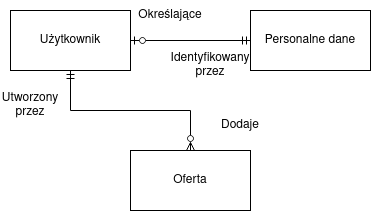
Before: Rys01/UproszczonyModelKonceptualny.png, a diagram exported from draw.io (MrMjuKi/PracaDyplomowa). Source tidied: cells renumbered, new cells last; positions are measured from the earlier drawing's top-left corner, leaving out a move shared by most shapes. Its diagram source:
```xml
<mxGraphModel>
  <root>
    <mxCell id="0" />
    <mxCell id="1" parent="0" />
    <mxCell id="2" value="Użytkownik" style="rounded=0;whiteSpace=wrap;html=1;" parent="1" vertex="1">
      <mxGeometry x="10" y="10" width="120" height="60" as="geometry" />
    </mxCell>
    <mxCell id="3" value="Oferta" style="rounded=0;whiteSpace=wrap;html=1;" parent="1" vertex="1">
      <mxGeometry x="130" y="150" width="120" height="60" as="geometry" />
    </mxCell>
    <mxCell id="4" value="&lt;div&gt;Personalne dane&lt;/div&gt;" style="rounded=0;whiteSpace=wrap;html=1;" parent="1" vertex="1">
      <mxGeometry x="250" y="10" width="120" height="60" as="geometry" />
    </mxCell>
    <mxCell id="5" style="endArrow=ERmandOne;html=1;rounded=0;exitX=0.5;exitY=0;exitDx=0;exitDy=0;edgeStyle=orthogonalEdgeStyle;startArrow=ERzeroToMany;startFill=0;endFill=0;entryX=0.5;entryY=1;entryDx=0;entryDy=0;" parent="1" edge="1" source="3" target="2">
      <mxGeometry relative="1" as="geometry" />
    </mxCell>
    <mxCell id="6" style="endArrow=ERzeroToOne;html=1;rounded=0;entryX=1;entryY=0.5;entryDx=0;entryDy=0;exitX=0;exitY=0.5;exitDx=0;exitDy=0;edgeStyle=orthogonalEdgeStyle;startArrow=ERmandOne;startFill=0;endFill=0;" parent="1" edge="1" source="4" target="2">
      <mxGeometry relative="1" as="geometry" />
    </mxCell>
    <mxCell id="7" value="Określające" style="text;html=1;strokeColor=none;fillColor=none;align=center;verticalAlign=middle;whiteSpace=wrap;rounded=0;" parent="1" vertex="1">
      <mxGeometry x="140" width="60" height="30" as="geometry" />
    </mxCell>
    <mxCell id="8" value="Identyfikowany przez" style="text;html=1;strokeColor=none;fillColor=none;align=center;verticalAlign=middle;whiteSpace=wrap;rounded=0;" parent="1" vertex="1">
      <mxGeometry x="180" y="50" width="60" height="30" as="geometry" />
    </mxCell>
    <mxCell id="9" value="Utworzony przez" style="text;html=1;strokeColor=none;fillColor=none;align=center;verticalAlign=middle;whiteSpace=wrap;rounded=0;" parent="1" vertex="1">
      <mxGeometry y="90" width="60" height="30" as="geometry" />
    </mxCell>
    <mxCell id="10" value="Dodaje" style="text;html=1;strokeColor=none;fillColor=none;align=center;verticalAlign=middle;whiteSpace=wrap;rounded=0;" parent="1" vertex="1">
      <mxGeometry x="210" y="110" width="60" height="30" as="geometry" />
    </mxCell>
  </root>
</mxGraphModel>
```
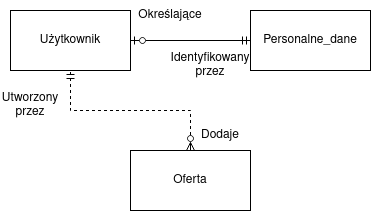
Later version of the same file.

Diff of the diagram source:
```diff
@@ -8,10 +8,10 @@
     <mxCell id="3" value="Oferta" style="rounded=0;whiteSpace=wrap;html=1;" parent="1" vertex="1">
       <mxGeometry x="130" y="150" width="120" height="60" as="geometry" />
     </mxCell>
-    <mxCell id="4" value="&lt;div&gt;Personalne dane&lt;/div&gt;" style="rounded=0;whiteSpace=wrap;html=1;" parent="1" vertex="1">
+    <mxCell id="4" value="Personalne_dane" style="rounded=0;whiteSpace=wrap;html=1;" parent="1" vertex="1">
       <mxGeometry x="250" y="10" width="120" height="60" as="geometry" />
     </mxCell>
-    <mxCell id="5" style="endArrow=ERmandOne;html=1;rounded=0;exitX=0.5;exitY=0;exitDx=0;exitDy=0;edgeStyle=orthogonalEdgeStyle;startArrow=ERzeroToMany;startFill=0;endFill=0;entryX=0.5;entryY=1;entryDx=0;entryDy=0;" parent="1" edge="1" source="3" target="2">
+    <mxCell id="5" style="endArrow=ERmandOne;html=1;rounded=0;exitX=0.5;exitY=0;exitDx=0;exitDy=0;edgeStyle=orthogonalEdgeStyle;startArrow=ERzeroToMany;startFill=0;endFill=0;entryX=0.5;entryY=1;entryDx=0;entryDy=0;dashed=1;" parent="1" edge="1" source="3" target="2">
       <mxGeometry relative="1" as="geometry" />
     </mxCell>
     <mxCell id="6" style="endArrow=ERzeroToOne;html=1;rounded=0;entryX=1;entryY=0.5;entryDx=0;entryDy=0;exitX=0;exitY=0.5;exitDx=0;exitDy=0;edgeStyle=orthogonalEdgeStyle;startArrow=ERmandOne;startFill=0;endFill=0;" parent="1" edge="1" source="4" target="2">
@@ -27,7 +27,7 @@
       <mxGeometry y="90" width="60" height="30" as="geometry" />
     </mxCell>
     <mxCell id="10" value="Dodaje" style="text;html=1;strokeColor=none;fillColor=none;align=center;verticalAlign=middle;whiteSpace=wrap;rounded=0;" parent="1" vertex="1">
-      <mxGeometry x="210" y="110" width="60" height="30" as="geometry" />
+      <mxGeometry x="190" y="120" width="60" height="30" as="geometry" />
     </mxCell>
   </root>
 </mxGraphModel>
```
